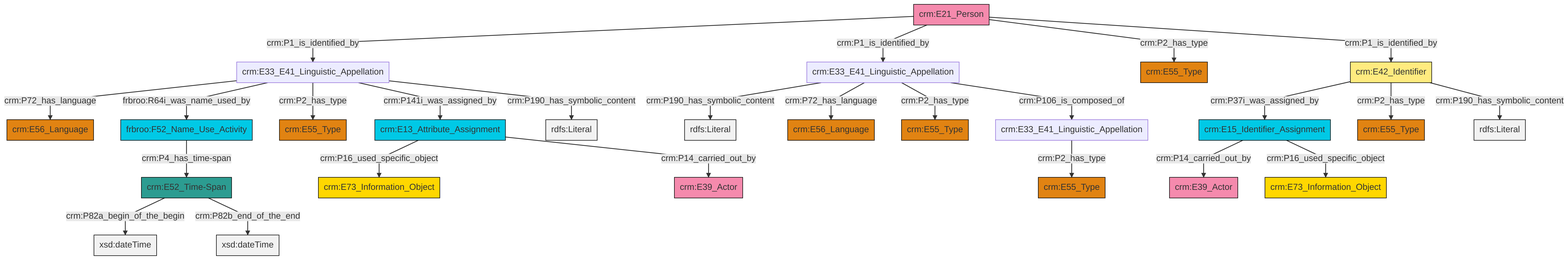
Above: et/personCSV/ttl/mmd/png/Person_Names_and_Classification.png in swiss-art-research-net/docs.swissartresearch (Mermaid), before the change. Its source is kept beside it as et/personCSV/ttl/mmd/Person_Names_and_Classification.ttl.mmd.
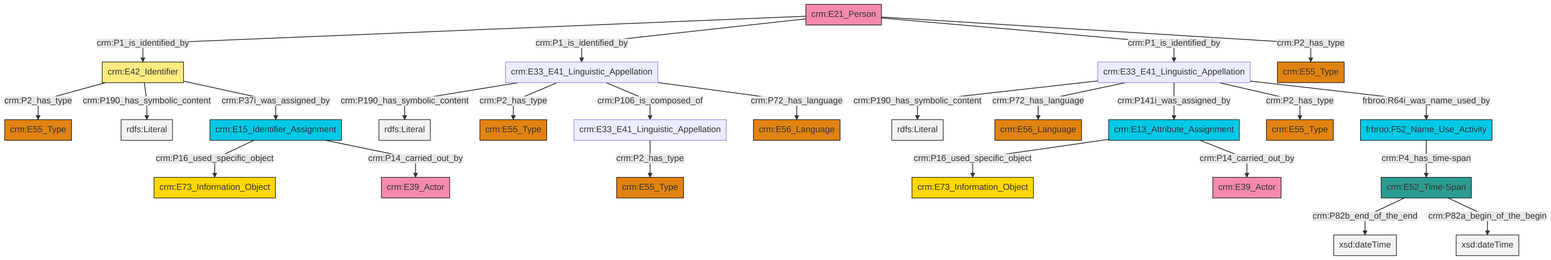
Later version of the same file.

The edit, as a diff of the source:
```diff
@@ -13,27 +13,27 @@
 classDef PC_Classes fill:#4ce600, stroke:#000000;
 classDef Multi fill:#cccccc,stroke:#000000;
 
-0["crm:E52_Time-Span"]:::Time-Span -->|crm:P82a_begin_of_the_begin| 1[xsd:dateTime]:::Literal
-2["crm:E21_Person"]:::Actor -->|crm:P1_is_identified_by| 3["crm:E33_E41_Linguistic_Appellation"]:::Default
-2["crm:E21_Person"]:::Actor -->|crm:P1_is_identified_by| 4["crm:E33_E41_Linguistic_Appellation"]:::Default
-4["crm:E33_E41_Linguistic_Appellation"]:::Default -->|crm:P190_has_symbolic_content| 9[rdfs:Literal]:::Literal
-15["frbroo:F52_Name_Use_Activity"]:::Temporal_Entity -->|crm:P4_has_time-span| 0["crm:E52_Time-Span"]:::Time-Span
-3["crm:E33_E41_Linguistic_Appellation"]:::Default -->|crm:P72_has_language| 16["crm:E56_Language"]:::Type
-13["crm:E42_Identifier"]:::Appellation -->|crm:P37i_was_assigned_by| 17["crm:E15_Identifier_Assignment"]:::Temporal_Entity
-4["crm:E33_E41_Linguistic_Appellation"]:::Default -->|crm:P72_has_language| 10["crm:E56_Language"]:::Type
-3["crm:E33_E41_Linguistic_Appellation"]:::Default -->|frbroo:R64i_was_name_used_by| 15["frbroo:F52_Name_Use_Activity"]:::Temporal_Entity
-3["crm:E33_E41_Linguistic_Appellation"]:::Default -->|crm:P2_has_type| 18["crm:E55_Type"]:::Type
-2["crm:E21_Person"]:::Actor -->|crm:P2_has_type| 20["crm:E55_Type"]:::Type
-0["crm:E52_Time-Span"]:::Time-Span -->|crm:P82b_end_of_the_end| 23[xsd:dateTime]:::Literal
-4["crm:E33_E41_Linguistic_Appellation"]:::Default -->|crm:P2_has_type| 26["crm:E55_Type"]:::Type
-13["crm:E42_Identifier"]:::Appellation -->|crm:P2_has_type| 6["crm:E55_Type"]:::Type
-3["crm:E33_E41_Linguistic_Appellation"]:::Default -->|crm:P141i_was_assigned_by| 29["crm:E13_Attribute_Assignment"]:::Temporal_Entity
-17["crm:E15_Identifier_Assignment"]:::Temporal_Entity -->|crm:P14_carried_out_by| 21["crm:E39_Actor"]:::Actor
-29["crm:E13_Attribute_Assignment"]:::Temporal_Entity -->|crm:P16_used_specific_object| 35["crm:E73_Information_Object"]:::Conceptual_Object
-17["crm:E15_Identifier_Assignment"]:::Temporal_Entity -->|crm:P16_used_specific_object| 30["crm:E73_Information_Object"]:::Conceptual_Object
-29["crm:E13_Attribute_Assignment"]:::Temporal_Entity -->|crm:P14_carried_out_by| 32["crm:E39_Actor"]:::Actor
-3["crm:E33_E41_Linguistic_Appellation"]:::Default -->|crm:P190_has_symbolic_content| 40[rdfs:Literal]:::Literal
-4["crm:E33_E41_Linguistic_Appellation"]:::Default -->|crm:P106_is_composed_of| 24["crm:E33_E41_Linguistic_Appellation"]:::Default
-13["crm:E42_Identifier"]:::Appellation -->|crm:P190_has_symbolic_content| 43[rdfs:Literal]:::Literal
-24["crm:E33_E41_Linguistic_Appellation"]:::Default -->|crm:P2_has_type| 36["crm:E55_Type"]:::Type
-2["crm:E21_Person"]:::Actor -->|crm:P1_is_identified_by| 13["crm:E42_Identifier"]:::Appellation
+0["crm:E33_E41_Linguistic_Appellation"]:::Default -->|crm:P190_has_symbolic_content| 1[rdfs:Literal]:::Literal
+3["crm:E13_Attribute_Assignment"]:::Temporal_Entity -->|crm:P16_used_specific_object| 4["crm:E73_Information_Object"]:::Conceptual_Object
+5["crm:E42_Identifier"]:::Appellation -->|crm:P2_has_type| 6["crm:E55_Type"]:::Type
+10["crm:E52_Time-Span"]:::Time-Span -->|crm:P82b_end_of_the_end| 12[xsd:dateTime]:::Literal
+0["crm:E33_E41_Linguistic_Appellation"]:::Default -->|crm:P2_has_type| 15["crm:E55_Type"]:::Type
+0["crm:E33_E41_Linguistic_Appellation"]:::Default -->|crm:P106_is_composed_of| 17["crm:E33_E41_Linguistic_Appellation"]:::Default
+10["crm:E52_Time-Span"]:::Time-Span -->|crm:P82a_begin_of_the_begin| 18[xsd:dateTime]:::Literal
+19["frbroo:F52_Name_Use_Activity"]:::Temporal_Entity -->|crm:P4_has_time-span| 10["crm:E52_Time-Span"]:::Time-Span
+22["crm:E21_Person"]:::Actor -->|crm:P1_is_identified_by| 5["crm:E42_Identifier"]:::Appellation
+22["crm:E21_Person"]:::Actor -->|crm:P1_is_identified_by| 0["crm:E33_E41_Linguistic_Appellation"]:::Default
+5["crm:E42_Identifier"]:::Appellation -->|crm:P190_has_symbolic_content| 28[rdfs:Literal]:::Literal
+5["crm:E42_Identifier"]:::Appellation -->|crm:P37i_was_assigned_by| 30["crm:E15_Identifier_Assignment"]:::Temporal_Entity
+0["crm:E33_E41_Linguistic_Appellation"]:::Default -->|crm:P72_has_language| 32["crm:E56_Language"]:::Type
+35["crm:E33_E41_Linguistic_Appellation"]:::Default -->|crm:P190_has_symbolic_content| 37[rdfs:Literal]:::Literal
+35["crm:E33_E41_Linguistic_Appellation"]:::Default -->|crm:P72_has_language| 13["crm:E56_Language"]:::Type
+17["crm:E33_E41_Linguistic_Appellation"]:::Default -->|crm:P2_has_type| 39["crm:E55_Type"]:::Type
+22["crm:E21_Person"]:::Actor -->|crm:P1_is_identified_by| 35["crm:E33_E41_Linguistic_Appellation"]:::Default
+35["crm:E33_E41_Linguistic_Appellation"]:::Default -->|crm:P141i_was_assigned_by| 3["crm:E13_Attribute_Assignment"]:::Temporal_Entity
+35["crm:E33_E41_Linguistic_Appellation"]:::Default -->|crm:P2_has_type| 40["crm:E55_Type"]:::Type
+3["crm:E13_Attribute_Assignment"]:::Temporal_Entity -->|crm:P14_carried_out_by| 42["crm:E39_Actor"]:::Actor
+22["crm:E21_Person"]:::Actor -->|crm:P2_has_type| 26["crm:E55_Type"]:::Type
+30["crm:E15_Identifier_Assignment"]:::Temporal_Entity -->|crm:P16_used_specific_object| 33["crm:E73_Information_Object"]:::Conceptual_Object
+30["crm:E15_Identifier_Assignment"]:::Temporal_Entity -->|crm:P14_carried_out_by| 7["crm:E39_Actor"]:::Actor
+35["crm:E33_E41_Linguistic_Appellation"]:::Default -->|frbroo:R64i_was_name_used_by| 19["frbroo:F52_Name_Use_Activity"]:::Temporal_Entity
```
